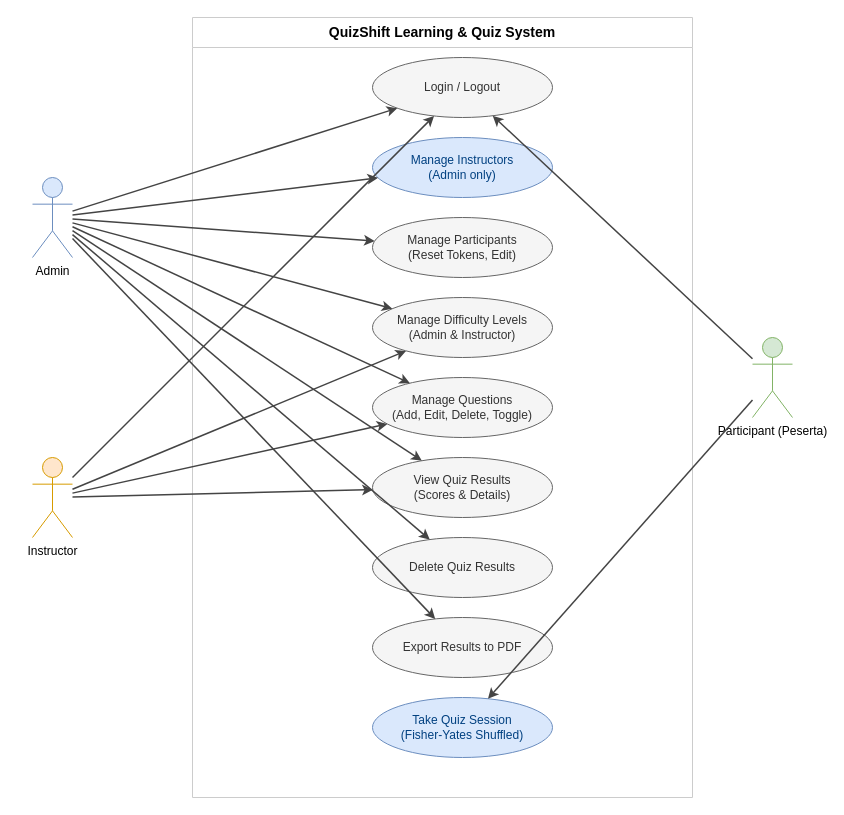
The draw.io diagram docs/use_case.drawio in fikriks/quiz-shift-web, before the edit. Source tidied: cells renumbered, new cells numbered last; positions are measured from the earlier drawing's top-left corner, leaving out a move shared by most shapes. Both pictures are drawn from the tidied source at 100%, with x=0, y=0 at pixel (32, 17).
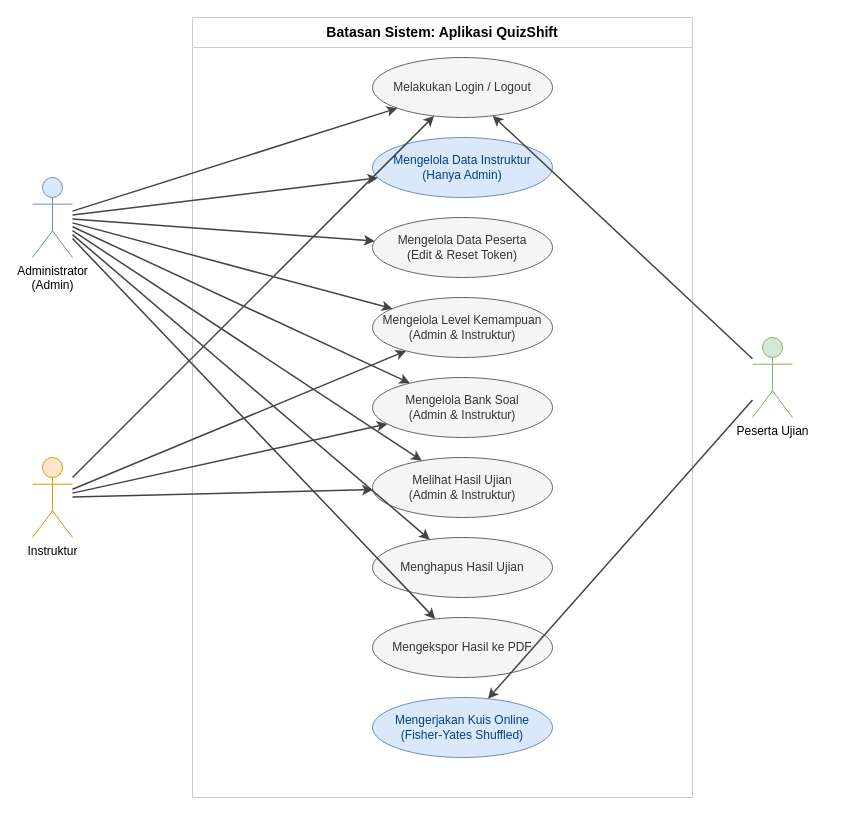
Above is the later version.

Commit message (it also covers changes not shown here):
docs: restructure Draw.io diagrams and system documentation into 7 modular tabs

Change to the diagram source:
```diff
@@
-    <mxCell id="2" value="QuizShift Learning &amp; Quiz System" style="swimlane;whiteSpace=wrap;html=1;fillColor=none;strokeColor=#cccccc;startSize=30;fontSize=14;fontStyle=1;" parent="1" vertex="1">
+    <mxCell id="2" value="Batasan Sistem: Aplikasi QuizShift" style="swimlane;whiteSpace=wrap;html=1;fillColor=none;strokeColor=#cccccc;startSize=30;fontSize=14;fontStyle=1;" parent="1" vertex="1">
       <mxGeometry x="160" width="500" height="780" as="geometry" />
     </mxCell>
-    <mxCell id="3" value="Admin" style="shape=umlActor;verticalLabelPosition=bottom;verticalAlign=top;html=1;outlineConnect=0;fillColor=#dae8fc;strokeColor=#6c8ebf;" parent="1" vertex="1">
+    <mxCell id="3" value="Administrator&#10;(Admin)" style="shape=umlActor;verticalLabelPosition=bottom;verticalAlign=top;html=1;outlineConnect=0;fillColor=#dae8fc;strokeColor=#6c8ebf;" parent="1" vertex="1">
       <mxGeometry y="160" width="40" height="80" as="geometry" />
     </mxCell>
-    <mxCell id="4" value="Instructor" style="shape=umlActor;verticalLabelPosition=bottom;verticalAlign=top;html=1;outlineConnect=0;fillColor=#ffe6cc;strokeColor=#d79b00;" parent="1" vertex="1">
+    <mxCell id="4" value="Instruktur" style="shape=umlActor;verticalLabelPosition=bottom;verticalAlign=top;html=1;outlineConnect=0;fillColor=#ffe6cc;strokeColor=#d79b00;" parent="1" vertex="1">
       <mxGeometry y="440" width="40" height="80" as="geometry" />
     </mxCell>
-    <mxCell id="5" value="Participant (Peserta)" style="shape=umlActor;verticalLabelPosition=bottom;verticalAlign=top;html=1;outlineConnect=0;fillColor=#d5e8d4;strokeColor=#82b366;" parent="1" vertex="1">
+    <mxCell id="5" value="Peserta Ujian" style="shape=umlActor;verticalLabelPosition=bottom;verticalAlign=top;html=1;outlineConnect=0;fillColor=#d5e8d4;strokeColor=#82b366;" parent="1" vertex="1">
       <mxGeometry x="720" y="320" width="40" height="80" as="geometry" />
     </mxCell>
-    <mxCell id="6" value="Login / Logout" style="ellipse;whiteSpace=wrap;html=1;fillColor=#f5f5f5;strokeColor=#666666;fontColor=#333333;fontSize=12;" parent="1" vertex="1">
+    <mxCell id="6" value="Melakukan Login / Logout" style="ellipse;whiteSpace=wrap;html=1;fillColor=#f5f5f5;strokeColor=#666666;fontColor=#333333;fontSize=12;" parent="1" vertex="1">
       <mxGeometry x="340" y="40" width="180" height="60" as="geometry" />
     </mxCell>
-    <mxCell id="7" value="Manage Instructors&#10;(Admin only)" style="ellipse;whiteSpace=wrap;html=1;fillColor=#dae8fc;strokeColor=#6c8ebf;fontColor=#004080;fontWeight=bold;fontSize=12;" parent="1" vertex="1">
+    <mxCell id="7" value="Mengelola Data Instruktur&#10;(Hanya Admin)" style="ellipse;whiteSpace=wrap;html=1;fillColor=#dae8fc;strokeColor=#6c8ebf;fontColor=#004080;fontWeight=bold;fontSize=12;" parent="1" vertex="1">
       <mxGeometry x="340" y="120" width="180" height="60" as="geometry" />
     </mxCell>
-    <mxCell id="8" value="Manage Participants&#10;(Reset Tokens, Edit)" style="ellipse;whiteSpace=wrap;html=1;fillColor=#f5f5f5;strokeColor=#666666;fontColor=#333333;fontSize=12;" parent="1" vertex="1">
+    <mxCell id="8" value="Mengelola Data Peserta&#10;(Edit &amp; Reset Token)" style="ellipse;whiteSpace=wrap;html=1;fillColor=#f5f5f5;strokeColor=#666666;fontColor=#333333;fontSize=12;" parent="1" vertex="1">
       <mxGeometry x="340" y="200" width="180" height="60" as="geometry" />
     </mxCell>
-    <mxCell id="9" value="Manage Difficulty Levels&#10;(Admin &amp; Instructor)" style="ellipse;whiteSpace=wrap;html=1;fillColor=#f5f5f5;strokeColor=#666666;fontColor=#333333;fontSize=12;" parent="1" vertex="1">
+    <mxCell id="9" value="Mengelola Level Kemampuan&#10;(Admin &amp; Instruktur)" style="ellipse;whiteSpace=wrap;html=1;fillColor=#f5f5f5;strokeColor=#666666;fontColor=#333333;fontSize=12;" parent="1" vertex="1">
       <mxGeometry x="340" y="280" width="180" height="60" as="geometry" />
     </mxCell>
-    <mxCell id="10" value="Manage Questions&#10;(Add, Edit, Delete, Toggle)" style="ellipse;whiteSpace=wrap;html=1;fillColor=#f5f5f5;strokeColor=#666666;fontColor=#333333;fontSize=12;" parent="1" vertex="1">
+    <mxCell id="10" value="Mengelola Bank Soal&#10;(Admin &amp; Instruktur)" style="ellipse;whiteSpace=wrap;html=1;fillColor=#f5f5f5;strokeColor=#666666;fontColor=#333333;fontSize=12;" parent="1" vertex="1">
       <mxGeometry x="340" y="360" width="180" height="60" as="geometry" />
     </mxCell>
-    <mxCell id="11" value="View Quiz Results&#10;(Scores &amp; Details)" style="ellipse;whiteSpace=wrap;html=1;fillColor=#f5f5f5;strokeColor=#666666;fontColor=#333333;fontSize=12;" parent="1" vertex="1">
+    <mxCell id="11" value="Melihat Hasil Ujian&#10;(Admin &amp; Instruktur)" style="ellipse;whiteSpace=wrap;html=1;fillColor=#f5f5f5;strokeColor=#666666;fontColor=#333333;fontSize=12;" parent="1" vertex="1">
       <mxGeometry x="340" y="440" width="180" height="60" as="geometry" />
     </mxCell>
-    <mxCell id="12" value="Delete Quiz Results" style="ellipse;whiteSpace=wrap;html=1;fillColor=#f5f5f5;strokeColor=#666666;fontColor=#333333;fontSize=12;" parent="1" vertex="1">
+    <mxCell id="12" value="Menghapus Hasil Ujian" style="ellipse;whiteSpace=wrap;html=1;fillColor=#f5f5f5;strokeColor=#666666;fontColor=#333333;fontSize=12;" parent="1" vertex="1">
       <mxGeometry x="340" y="520" width="180" height="60" as="geometry" />
     </mxCell>
-    <mxCell id="13" value="Export Results to PDF" style="ellipse;whiteSpace=wrap;html=1;fillColor=#f5f5f5;strokeColor=#666666;fontColor=#333333;fontSize=12;" parent="1" vertex="1">
+    <mxCell id="13" value="Mengekspor Hasil ke PDF" style="ellipse;whiteSpace=wrap;html=1;fillColor=#f5f5f5;strokeColor=#666666;fontColor=#333333;fontSize=12;" parent="1" vertex="1">
       <mxGeometry x="340" y="600" width="180" height="60" as="geometry" />
     </mxCell>
-    <mxCell id="14" value="Take Quiz Session&#10;(Fisher-Yates Shuffled)" style="ellipse;whiteSpace=wrap;html=1;fillColor=#dae8fc;strokeColor=#6c8ebf;fontColor=#004080;fontWeight=bold;fontSize=12;" parent="1" vertex="1">
+    <mxCell id="14" value="Mengerjakan Kuis Online&#10;(Fisher-Yates Shuffled)" style="ellipse;whiteSpace=wrap;html=1;fillColor=#dae8fc;strokeColor=#6c8ebf;fontColor=#004080;fontWeight=bold;fontSize=12;" parent="1" vertex="1">
       <mxGeometry x="340" y="680" width="180" height="60" as="geometry" />
     </mxCell>
```
